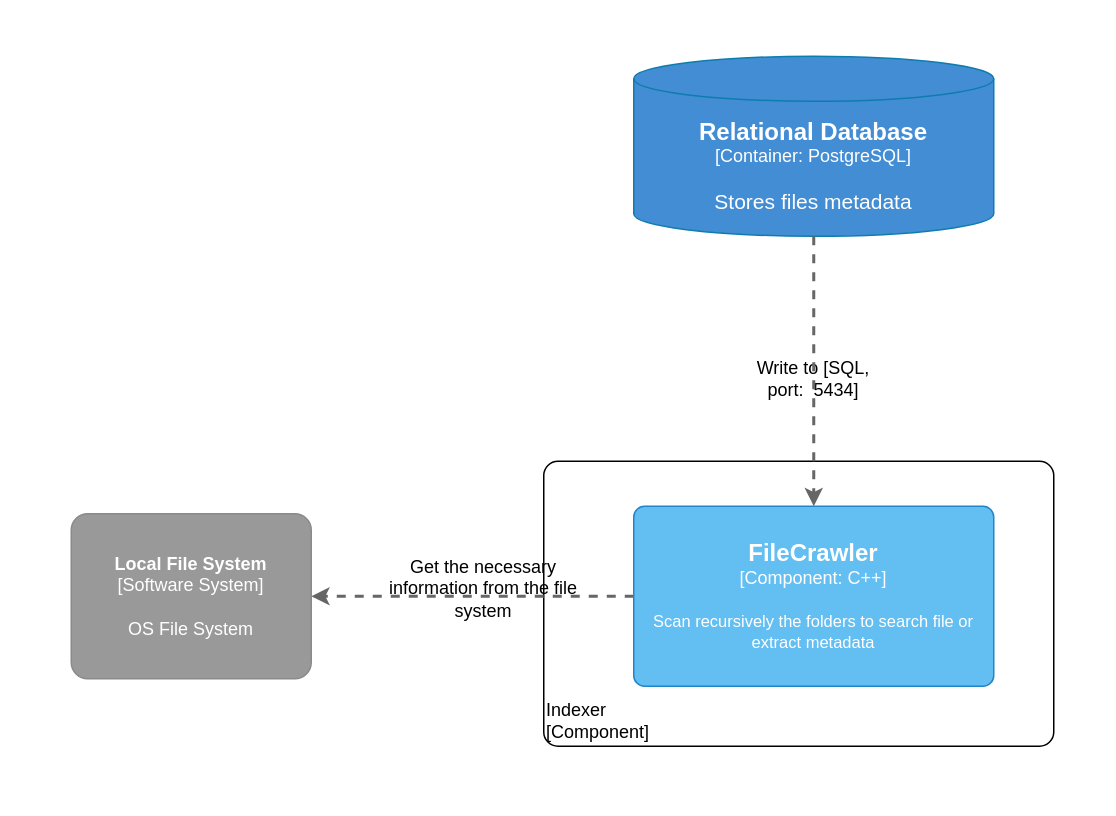
Above: page "C4 Indexer Component" (4 of 6) of architecture_assets/diagrams/C4 Indexer Component.drawio in roland7734/FileSearchEngineSystem (draw.io), before the change. Source tidied: cells renumbered, new cells numbered last; positions are measured from the earlier drawing's top-left corner, leaving out a move shared by most shapes. Both pictures are drawn from the tidied source at 150%, with x=0, y=0 at pixel (26, 26).
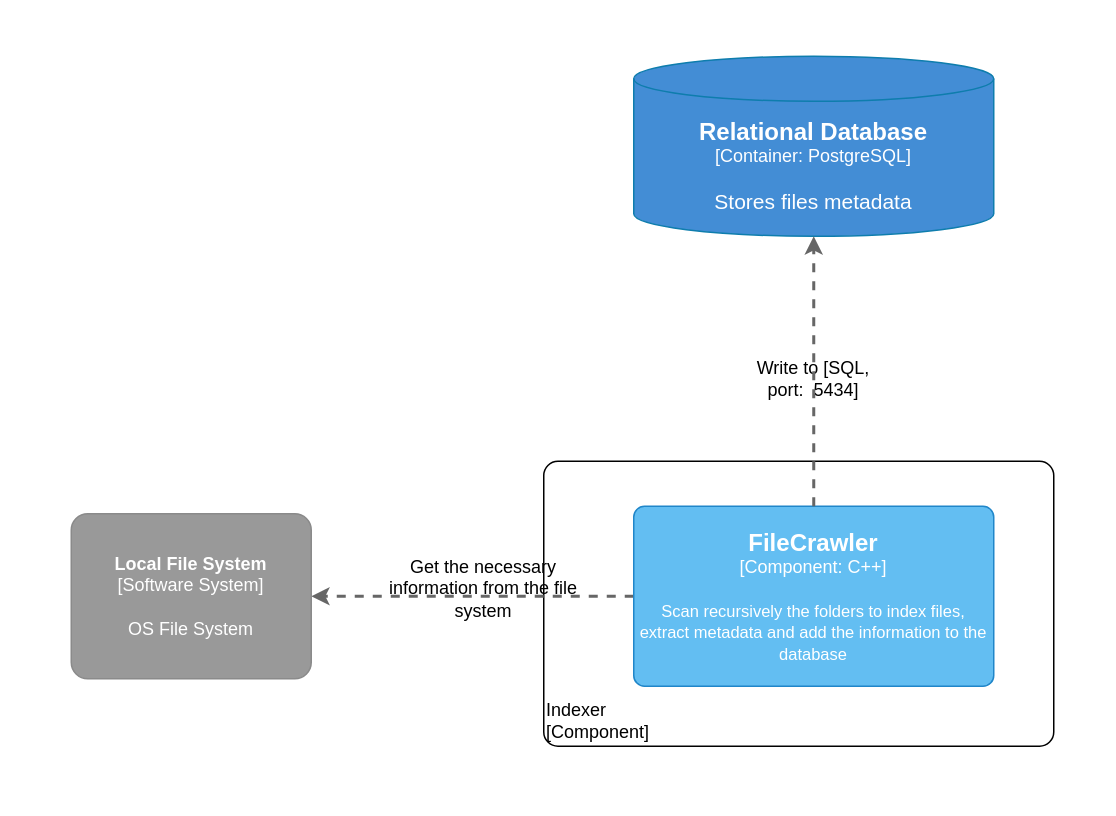
Above is the later version.

Commit message (it also covers changes not shown here):
docs: modify the C4 Indexer Component and C4 Container Diagram

- Updated the connection between the components to better illustrate the flow and interactions.

- Enhanced the clarity of relationships to reflect more accurate system behavior.

Change to the diagram source:
```diff
@@
 <mxGraphModel>
   <root>
     <mxCell id="0" />
     <mxCell id="1" parent="0" />
     <mxCell id="2" style="rounded=0;whiteSpace=wrap;html=1;strokeColor=none;" parent="1" vertex="1">
       <mxGeometry width="710" height="510" as="geometry" />
     </mxCell>
     <object id="3" label="&lt;div style=&quot;text-align: left&quot;&gt;%c4Name%&lt;/div&gt;&lt;div style=&quot;text-align: left&quot;&gt;[%c4Application%]&lt;/div&gt;" c4Application="Component" c4Name="Indexer" placeholders="1">
       <mxCell style="rounded=1;whiteSpace=wrap;html=1;labelBackgroundColor=none;fillColor=#ffffff;fontColor=#000000;align=left;arcSize=5;strokeColor=#000000;verticalAlign=bottom;metaData={&quot;c4Type&quot;:{&quot;editable&quot;:false}};" parent="1" vertex="1">
         <mxGeometry x="345" y="290" width="340" height="190" as="geometry" />
       </mxCell>
     </object>
     <mxCell id="4" style="rounded=0;jettySize=auto;html=1;dashed=1;strokeWidth=2;fillColor=#f5f5f5;strokeColor=#666666;exitX=0;exitY=0.5;exitDx=0;exitDy=0;exitPerimeter=0;entryX=1;entryY=0.5;entryDx=0;entryDy=0;entryPerimeter=0;" parent="1" edge="1" source="6" target="5">
       <mxGeometry relative="1" as="geometry" />
     </mxCell>
     <object id="5" label="&lt;b&gt;%c4Name%&lt;/b&gt;&lt;div&gt;[%c4Type%]&lt;/div&gt;&lt;br&gt;&lt;div&gt;%c4Description%&lt;/div&gt;" c4Description="OS File System" c4Name="Local File System" c4Type="Software System" placeholders="1">
       <mxCell style="rounded=1;whiteSpace=wrap;html=1;labelBackgroundColor=none;fillColor=#999999;fontColor=#ffffff;align=center;arcSize=10;strokeColor=#8A8A8A;metaData={&quot;c4Type&quot;:{&quot;editable&quot;:false}};points=[[0.25,0,0],[0.5,0,0],[0.75,0,0],[1,0.25,0],[1,0.5,0],[1,0.75,0],[0.75,1,0],[0.5,1,0],[0.25,1,0],[0,0.75,0],[0,0.5,0],[0,0.25,0]];" parent="1" vertex="1">
         <mxGeometry x="30" y="325" width="160" height="110" as="geometry" />
       </mxCell>
     </object>
-    <object id="6" label="&lt;font style=&quot;font-size: 16px&quot;&gt;&lt;b&gt;%c4Name%&lt;/b&gt;&lt;/font&gt;&lt;div&gt;[%c4Type%: %c4Technology%]&lt;/div&gt;&lt;br&gt;&lt;div&gt;&lt;font style=&quot;font-size: 11px&quot;&gt;%c4Description%&lt;/font&gt;&lt;/div&gt;" c4Description="Scan recursively the folders to search file or extract metadata" c4Name="FileCrawler" c4Technology="C++" c4Type="Component" placeholders="1">
+    <object id="6" label="&lt;font style=&quot;font-size: 16px&quot;&gt;&lt;b&gt;%c4Name%&lt;/b&gt;&lt;/font&gt;&lt;div&gt;[%c4Type%: %c4Technology%]&lt;/div&gt;&lt;br&gt;&lt;div&gt;&lt;font style=&quot;font-size: 11px&quot;&gt;%c4Description%&lt;/font&gt;&lt;/div&gt;" c4Description="Scan recursively the folders to index files, extract metadata and add the information to the database" c4Name="FileCrawler" c4Technology="C++" c4Type="Component" placeholders="1">
       <mxCell style="rounded=1;whiteSpace=wrap;html=1;labelBackgroundColor=none;fillColor=#63BEF2;fontColor=#ffffff;align=center;arcSize=6;strokeColor=#2086C9;points=[[0.25,0,0],[0.5,0,0],[0.75,0,0],[1,0.25,0],[1,0.5,0],[1,0.75,0],[0.75,1,0],[0.5,1,0],[0.25,1,0],[0,0.75,0],[0,0.5,0],[0,0.25,0]];" parent="1" vertex="1">
         <mxGeometry x="405" y="320" width="240" height="120" as="geometry" />
       </mxCell>
     </object>
     <mxCell id="7" value="Get the necessary information from the file system" style="text;html=1;align=center;verticalAlign=middle;whiteSpace=wrap;rounded=0;" parent="1" vertex="1">
       <mxGeometry x="230" y="340" width="150" height="70" as="geometry" />
     </mxCell>
     <object id="8" label="&lt;font style=&quot;font-size: 16px&quot;&gt;&lt;b&gt;%c4Name%&lt;/b&gt;&lt;/font&gt;&lt;div&gt;[%c4Type%:&amp;nbsp;%c4Technology%]&lt;/div&gt;&lt;br&gt;&lt;div&gt;&lt;font style=&quot;font-size: 14px&quot;&gt;%c4Description%&lt;/font&gt;&lt;/div&gt;" c4Description="Stores files metadata" c4Name="Relational Database" c4Technology="PostgreSQL" c4Type="Container" placeholders="1">
       <mxCell style="shape=cylinder3;size=15;whiteSpace=wrap;html=1;boundedLbl=1;rounded=0;labelBackgroundColor=none;fillColor=#438DD5;fontSize=12;fontColor=#ffffff;align=center;strokeColor=#0E7DAD;points=[[0.5,0,0],[1,0.25,0],[1,0.5,0],[1,0.75,0],[0.5,1,0],[0,0.75,0],[0,0.5,0],[0,0.25,0]];" parent="1" vertex="1">
         <mxGeometry x="405" y="20" width="240" height="120" as="geometry" />
       </mxCell>
     </object>
     <mxCell id="9" value="Write to [SQL, port:&amp;nbsp; 5434]" style="text;html=1;align=center;verticalAlign=middle;whiteSpace=wrap;rounded=0;" parent="1" vertex="1">
       <mxGeometry x="480" y="220" width="90" height="30" as="geometry" />
     </mxCell>
-    <mxCell id="10" style="rounded=0;jettySize=auto;html=1;dashed=1;strokeWidth=2;fillColor=#f5f5f5;strokeColor=#666666;exitX=0.5;exitY=1;exitDx=0;exitDy=0;exitPerimeter=0;entryX=0.5;entryY=0;entryDx=0;entryDy=0;entryPerimeter=0;" parent="1" edge="1" source="8" target="6">
+    <mxCell id="10" style="rounded=0;jettySize=auto;html=1;dashed=1;strokeWidth=2;fillColor=#f5f5f5;strokeColor=#666666;exitX=0.5;exitY=0;exitDx=0;exitDy=0;exitPerimeter=0;entryX=0.5;entryY=1;entryDx=0;entryDy=0;entryPerimeter=0;" parent="1" edge="1" source="6" target="8">
       <mxGeometry relative="1" as="geometry" />
     </mxCell>
   </root>
 </mxGraphModel>
```
